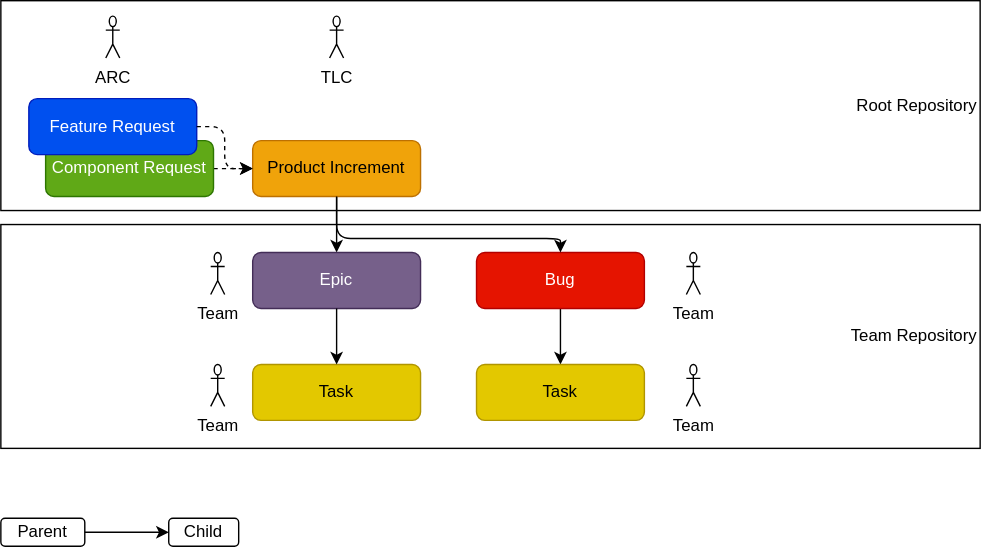
Earlier version of the draw.io export docs/platform_management_plan/_assets/score_project_management_issue_types.drawio.svg (eclipse-score/score). Source tidied: cells renumbered, new cells last; positions are measured from the earlier drawing's top-left corner, leaving out a move shared by most shapes.
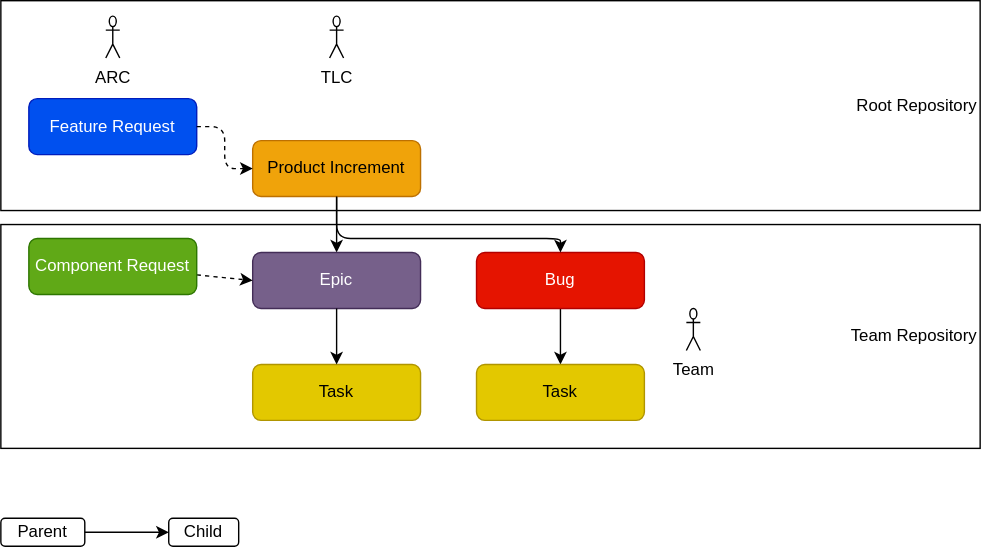
After the change.

Commit message:
minor adaptations in issue types chapter

What changed in the source:
```diff
@@ -23,11 +23,11 @@
     <mxCell id="8" value="Task" style="rounded=1;whiteSpace=wrap;html=1;fillColor=#e3c800;fontColor=#000000;strokeColor=#B09500;" parent="1" vertex="1">
       <mxGeometry x="180" y="260" width="120" height="40" as="geometry" />
     </mxCell>
-    <mxCell id="9" style="edgeStyle=none;html=1;entryX=0;entryY=0.5;entryDx=0;entryDy=0;dashed=1;" parent="1" edge="1" source="10" target="5">
+    <mxCell id="9" style="edgeStyle=none;html=1;entryX=0;entryY=0.5;entryDx=0;entryDy=0;dashed=1;" parent="1" edge="1" source="10" target="6">
       <mxGeometry relative="1" as="geometry" />
     </mxCell>
     <mxCell id="10" value="Component Request" style="rounded=1;whiteSpace=wrap;html=1;fillColor=#60a917;fontColor=#ffffff;strokeColor=#2D7600;" parent="1" vertex="1">
-      <mxGeometry x="32" y="100" width="120" height="40" as="geometry" />
+      <mxGeometry x="20" y="170" width="120" height="40" as="geometry" />
     </mxCell>
     <mxCell id="11" style="edgeStyle=none;html=1;exitX=0.5;exitY=1;exitDx=0;exitDy=0;entryX=0.5;entryY=0;entryDx=0;entryDy=0;" parent="1" edge="1" source="6" target="8">
       <mxGeometry relative="1" as="geometry" />
@@ -44,17 +44,8 @@
     <mxCell id="15" value="TLC" style="shape=umlActor;verticalLabelPosition=bottom;verticalAlign=top;html=1;" parent="1" vertex="1">
       <mxGeometry x="235" y="11" width="10" height="30" as="geometry" />
     </mxCell>
-    <mxCell id="16" value="Team" style="shape=umlActor;verticalLabelPosition=bottom;verticalAlign=top;html=1;" parent="1" vertex="1">
-      <mxGeometry x="150" y="260" width="10" height="30" as="geometry" />
-    </mxCell>
-    <mxCell id="17" value="Team" style="shape=umlActor;verticalLabelPosition=bottom;verticalAlign=top;html=1;" parent="1" vertex="1">
-      <mxGeometry x="150" y="180" width="10" height="30" as="geometry" />
-    </mxCell>
-    <mxCell id="18" value="Team" style="shape=umlActor;verticalLabelPosition=bottom;verticalAlign=top;html=1;" parent="1" vertex="1">
-      <mxGeometry x="490" y="260" width="10" height="30" as="geometry" />
-    </mxCell>
     <mxCell id="19" value="Team" style="shape=umlActor;verticalLabelPosition=bottom;verticalAlign=top;html=1;" parent="1" vertex="1">
-      <mxGeometry x="490" y="180" width="10" height="30" as="geometry" />
+      <mxGeometry x="490" y="220" width="10" height="30" as="geometry" />
     </mxCell>
     <mxCell id="20" value="Parent" style="rounded=1;whiteSpace=wrap;html=1;" parent="1" vertex="1">
       <mxGeometry y="370" width="60" height="20" as="geometry" />
```
